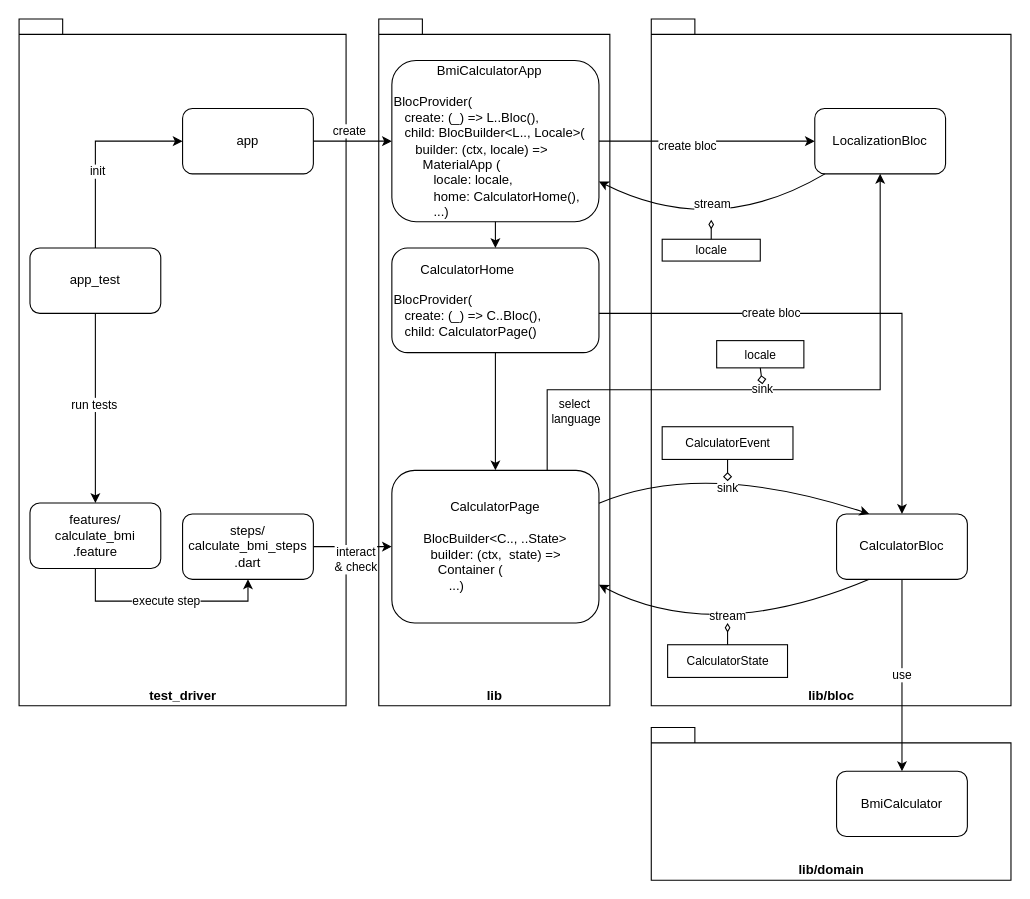
Earlier version of the draw.io diagram diagrams/calculator-app-gherkin-test.drawio (nikkijuk/bmi-calculator-app). Source tidied: cells renumbered, new cells numbered last; positions are measured from the earlier drawing's top-left corner, leaving out a move shared by most shapes. Both pictures are drawn from the tidied source at 109%, with x=0, y=0 at pixel (19, 19).
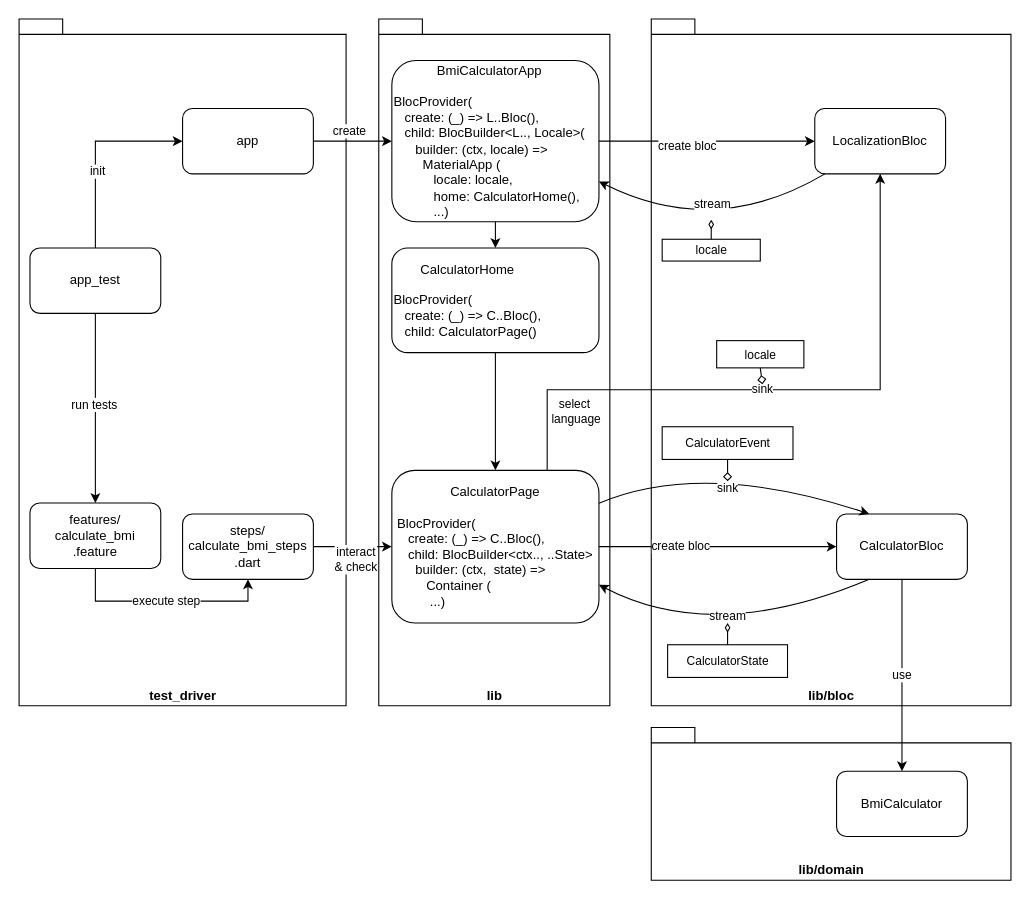
The same diagram, later.

Commit message (it also covers changes not shown here):
changed widgets stateless where possible

The change refers to these unchanged cells:
```xml
<mxCell id="9" value="CalculatorBloc" style="rounded=1;whiteSpace=wrap;html=1;" parent="1" vertex="1">
  <mxGeometry x="750" y="454" width="120" height="60" as="geometry" />
</mxCell>
<mxCell id="46" value="&lt;div style=&quot;text-align: center&quot;&gt;CalculatorHome&lt;/div&gt;&lt;div&gt;&lt;br&gt;BlocProvider(&lt;/div&gt;&lt;div&gt;&amp;nbsp; &amp;nbsp;create: (_) =&amp;gt; C..Bloc(),&lt;br&gt;&amp;nbsp; &amp;nbsp;child: CalculatorPage()&lt;br&gt;&lt;/div&gt;" style="rounded=1;whiteSpace=wrap;html=1;align=left;" parent="1" vertex="1">
  <mxGeometry x="342" y="210" width="190" height="96" as="geometry" />
</mxCell>
```

Change to the diagram source:
```diff
@@
-    <mxCell id="5" value="create bloc" style="edgeStyle=orthogonalEdgeStyle;rounded=0;jettySize=auto;html=1;exitX=0.989;exitY=0.625;exitDx=0;exitDy=0;exitPerimeter=0;" parent="1" edge="1" source="46" target="9">
+    <mxCell id="5" value="create bloc" style="edgeStyle=orthogonalEdgeStyle;rounded=0;jettySize=auto;html=1;exitX=1;exitY=0.5;exitDx=0;exitDy=0;" parent="1" edge="1" source="8" target="9">
       <mxGeometry x="-0.31" relative="1" as="geometry" />
     </mxCell>
@@
-    <mxCell id="8" value="&lt;div&gt;&lt;span&gt;CalculatorPage&lt;/span&gt;&lt;/div&gt;&lt;div style=&quot;text-align: left&quot;&gt;&lt;br&gt;&lt;/div&gt;&lt;div style=&quot;text-align: left&quot;&gt;BlocBuilder&amp;lt;C.., ..State&amp;gt;&lt;/div&gt;&lt;div style=&quot;text-align: left&quot;&gt;&amp;nbsp; builder: (ctx,&amp;nbsp; state) =&amp;gt;&lt;/div&gt;&lt;div style=&quot;text-align: left&quot;&gt;&amp;nbsp; &amp;nbsp; Container (&lt;/div&gt;&lt;div style=&quot;text-align: left&quot;&gt;&lt;span&gt;&amp;nbsp; &amp;nbsp; &amp;nbsp; &amp;nbsp;...)&lt;/span&gt;&lt;br&gt;&lt;/div&gt;" style="rounded=1;whiteSpace=wrap;html=1;" parent="1" vertex="1">
+    <mxCell id="8" value="&lt;div&gt;&lt;span&gt;CalculatorPage&lt;/span&gt;&lt;/div&gt;&lt;div style=&quot;text-align: left&quot;&gt;&lt;br&gt;&lt;/div&gt;&lt;div style=&quot;text-align: left&quot;&gt;BlocProvider(&lt;/div&gt;&lt;div style=&quot;text-align: left&quot;&gt;&amp;nbsp; &amp;nbsp;create: (_) =&amp;gt; C..Bloc(),&lt;br&gt;&lt;/div&gt;&lt;div style=&quot;text-align: left&quot;&gt;&lt;span&gt;&amp;nbsp; &amp;nbsp;child:&amp;nbsp;&lt;/span&gt;BlocBuilder&amp;lt;ctx.., ..State&amp;gt;&lt;/div&gt;&lt;div style=&quot;text-align: left&quot;&gt;&amp;nbsp; &amp;nbsp; &amp;nbsp;builder: (ctx,&amp;nbsp; state) =&amp;gt;&lt;/div&gt;&lt;div style=&quot;text-align: left&quot;&gt;&amp;nbsp; &amp;nbsp; &amp;nbsp; &amp;nbsp; Container (&lt;/div&gt;&lt;div style=&quot;text-align: left&quot;&gt;&lt;span&gt;&amp;nbsp; &amp;nbsp; &amp;nbsp; &amp;nbsp; &amp;nbsp;...)&lt;/span&gt;&lt;br&gt;&lt;/div&gt;" style="rounded=1;whiteSpace=wrap;html=1;" parent="1" vertex="1">
       <mxGeometry x="342" y="414" width="190" height="140" as="geometry" />
     </mxCell>
```
